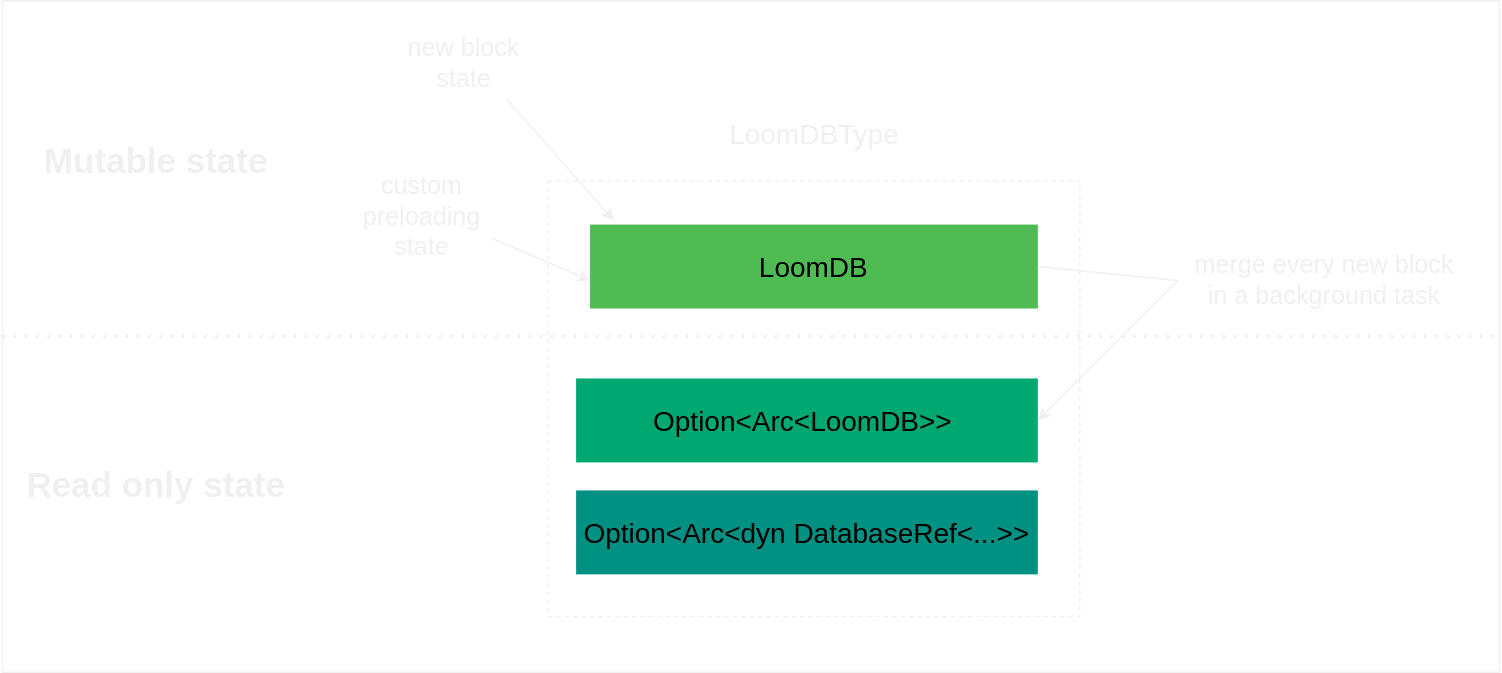
This is book/images/kabu_db.svg from proccole/kabu, a draw.io export, as it was before one commit. Source tidied: cells renumbered, new cells last; positions are measured from the earlier drawing's top-left corner, leaving out a move shared by most shapes.
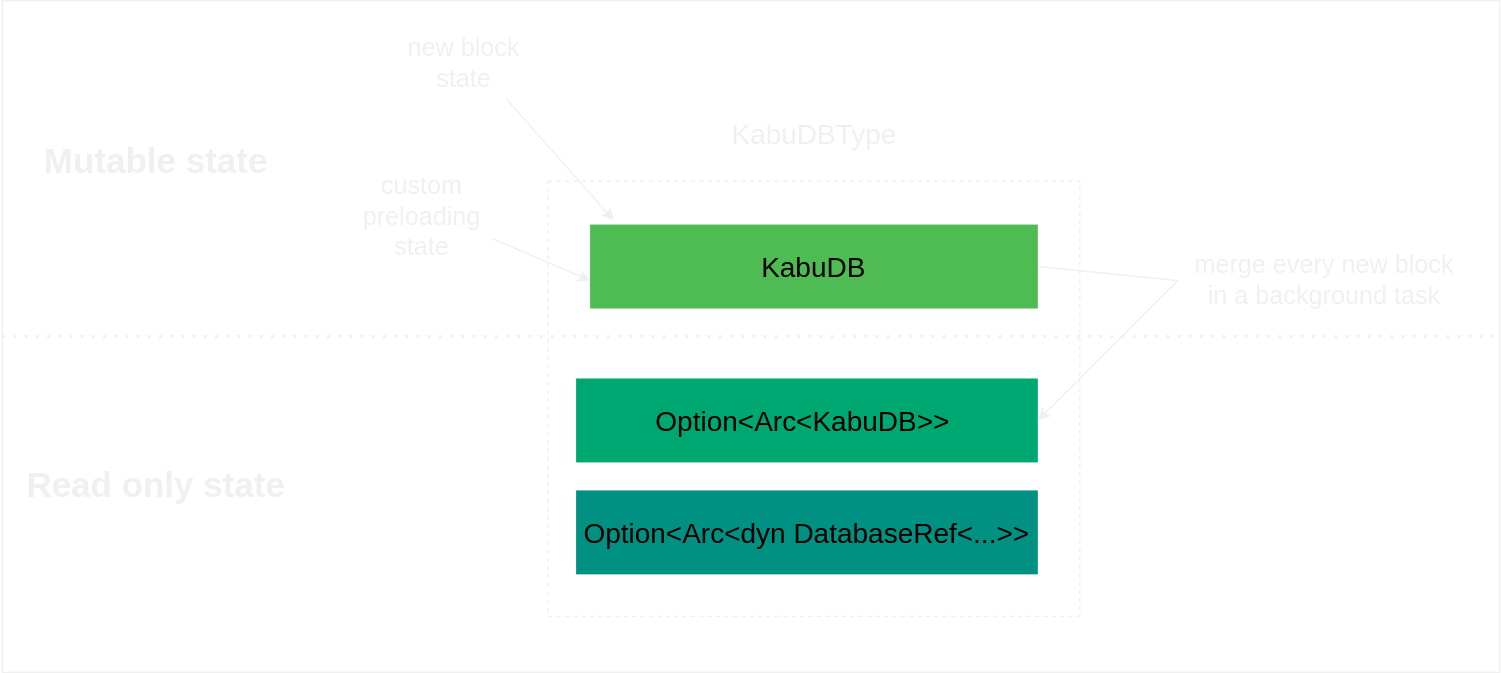
After the commit.

Diff of the diagram source:
```diff
@@ -8,10 +8,10 @@
     <mxCell id="3" style="rounded=0;whiteSpace=wrap;html=1;fillColor=none;dashed=1;" parent="1" vertex="1">
       <mxGeometry x="390" y="129" width="380" height="311" as="geometry" />
     </mxCell>
-    <mxCell id="4" value="LoomDB" style="rounded=0;whiteSpace=wrap;html=1;fontSize=20;strokeColor=none;fillColor=#4FBC53;fontColor=#000000;" parent="1" vertex="1">
+    <mxCell id="4" value="KabuDB" style="rounded=0;whiteSpace=wrap;html=1;fontSize=20;strokeColor=none;fillColor=#4FBC53;fontColor=#000000;" parent="1" vertex="1">
       <mxGeometry x="420" y="160" width="320" height="60" as="geometry" />
     </mxCell>
-    <mxCell id="5" value="Option&amp;lt;Arc&amp;lt;LoomDB&amp;gt;&amp;gt;&amp;nbsp;" style="rounded=0;whiteSpace=wrap;html=1;fontSize=20;verticalAlign=middle;strokeColor=none;fillColor=#00A871;fontColor=#000000;" parent="1" vertex="1">
+    <mxCell id="5" value="Option&amp;lt;Arc&amp;lt;KabuDB&amp;gt;&amp;gt;&amp;nbsp;" style="rounded=0;whiteSpace=wrap;html=1;fontSize=20;verticalAlign=middle;strokeColor=none;fillColor=#00A871;fontColor=#000000;" parent="1" vertex="1">
       <mxGeometry x="410" y="270" width="330" height="60" as="geometry" />
     </mxCell>
     <mxCell id="6" style="endArrow=classic;html=1;rounded=0;exitX=1;exitY=0.5;exitDx=0;exitDy=0;" parent="1" edge="1" source="4">
@@ -54,7 +54,7 @@
     <mxCell id="15" value="Read only state" style="text;html=1;align=center;verticalAlign=middle;whiteSpace=wrap;rounded=0;fontStyle=1;fontSize=25;" parent="1" vertex="1">
       <mxGeometry x="10" y="330" width="200" height="30" as="geometry" />
     </mxCell>
-    <mxCell id="16" value="&lt;font style=&quot;font-size: 20px;&quot;&gt;LoomDBType&lt;/font&gt;" style="text;html=1;align=center;verticalAlign=middle;whiteSpace=wrap;rounded=0;" parent="1" vertex="1">
+    <mxCell id="16" value="&lt;font style=&quot;font-size: 20px;&quot;&gt;KabuDBType&lt;/font&gt;" style="text;html=1;align=center;verticalAlign=middle;whiteSpace=wrap;rounded=0;" parent="1" vertex="1">
       <mxGeometry x="477.5" y="80" width="205" height="30" as="geometry" />
     </mxCell>
   </root>
```
